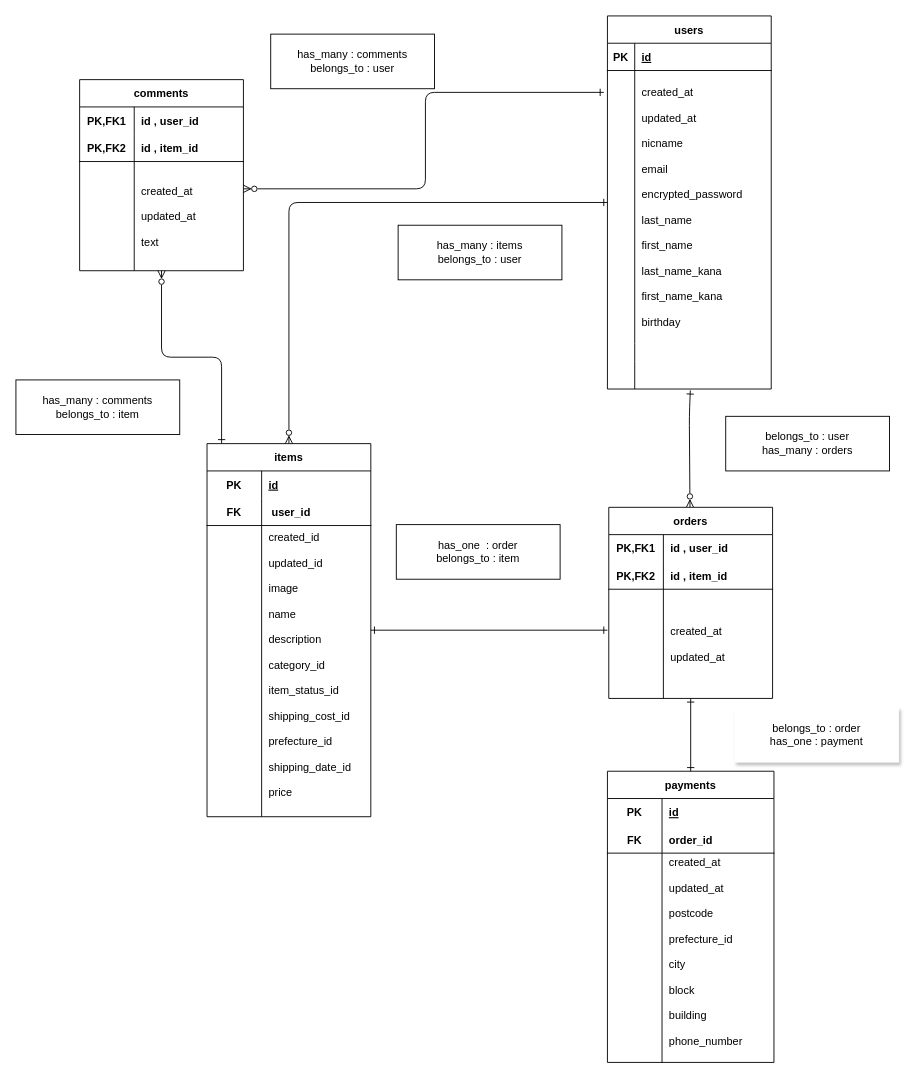
The draw.io diagram test.dio in ookwk4bi/furima-38093, before the edit. Source tidied: cells renumbered, new cells numbered last; positions are measured from the earlier drawing's top-left corner, leaving out a move shared by most shapes. Both pictures are drawn from the tidied source at 91%, with x=0, y=0 at pixel (15, 15).
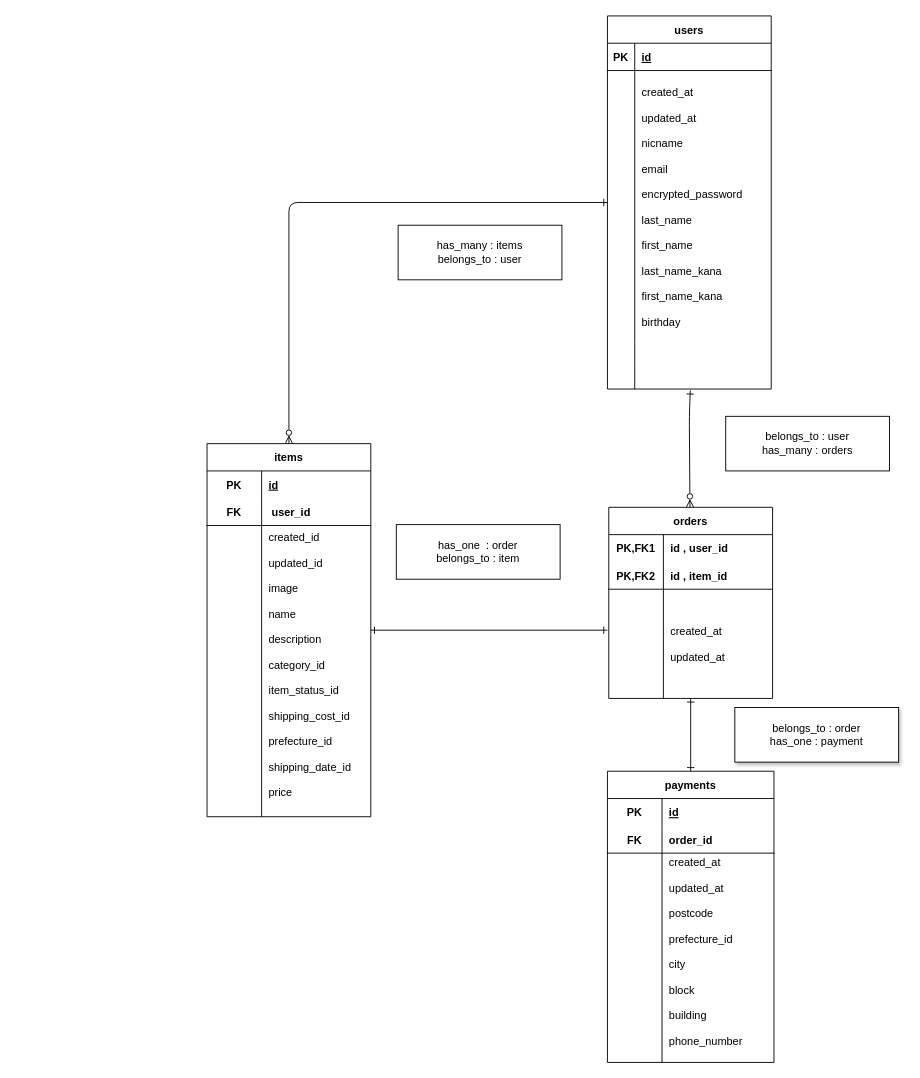
Above is the later version.

Commit message (it also covers changes not shown here):
ER図とデーターベースの修正

The change refers to these unchanged cells:
```xml
<mxCell id="31" style="shape=partialRectangle;fillColor=none;top=0;left=0;bottom=0;right=0;points=[[0,0.5],[1,0.5]];portConstraint=eastwest;" parent="27" vertex="1">
  <mxGeometry y="60" width="180" height="300" as="geometry" />
</mxCell>
<mxCell id="41" value="items" style="shape=table;startSize=30;childLayout=tableLayout;rowLines=0;fontStyle=1;align=center;fontColor=#000000;labelBackgroundColor=default;" parent="1" vertex="1">
  <mxGeometry x="210" y="470" width="180" height="410" as="geometry" />
</mxCell>
```

What changed in the source:
```diff
@@
-<mxGraphModel>
+<mxGraphModel background="#FFFFFF">
@@
-    <mxCell id="4" style="edgeStyle=orthogonalEdgeStyle;html=1;fontColor=#000000;startArrow=ERone;startFill=0;endArrow=ERzeroToMany;endFill=0;strokeColor=default;exitX=0.089;exitY=-0.001;exitDx=0;exitDy=0;exitPerimeter=0;" parent="1" edge="1" source="41" target="56">
-      <mxGeometry relative="1" as="geometry" />
-    </mxCell>
@@
-    <mxCell id="56" value="comments" style="shape=table;startSize=30;childLayout=tableLayout;rowLines=0;fontStyle=1;align=center;fontColor=#000000;labelBackgroundColor=default;" parent="1" vertex="1">
-      <mxGeometry x="70" y="70" width="180" height="210" as="geometry" />
-    </mxCell>
-    <mxCell id="57" style="shape=partialRectangle;fillColor=none;top=0;left=0;bottom=0;right=0;fontColor=#000000;" parent="56" vertex="1">
-      <mxGeometry y="30" width="180" height="30" as="geometry" />
-    </mxCell>
-    <mxCell id="58" value="PK,FK1" style="shape=partialRectangle;fillColor=none;top=0;left=0;bottom=0;right=0;fontStyle=1;overflow=hidden;fontColor=#000000;labelBackgroundColor=default;" parent="57" vertex="1">
-      <mxGeometry width="60" height="30" as="geometry" />
-    </mxCell>
-    <mxCell id="59" value="id , user_id" style="shape=partialRectangle;fillColor=none;top=0;left=0;bottom=0;right=0;align=left;spacingLeft=6;fontStyle=1;overflow=hidden;fontColor=#000000;labelBackgroundColor=default;" parent="57" vertex="1">
-      <mxGeometry x="60" width="120" height="30" as="geometry" />
-    </mxCell>
-    <mxCell id="60" style="shape=partialRectangle;fillColor=none;top=0;left=0;bottom=1;right=0;fontColor=#000000;" parent="56" vertex="1">
-      <mxGeometry y="60" width="180" height="30" as="geometry" />
-    </mxCell>
-    <mxCell id="61" value="PK,FK2" style="shape=partialRectangle;fillColor=none;top=0;left=0;bottom=0;right=0;fontStyle=1;overflow=hidden;fontColor=default;labelBackgroundColor=default;" parent="60" vertex="1">
-      <mxGeometry width="60" height="30" as="geometry" />
-    </mxCell>
-    <mxCell id="62" value="id , item_id" style="shape=partialRectangle;fillColor=none;top=0;left=0;bottom=0;right=0;align=left;spacingLeft=6;fontStyle=1;overflow=hidden;fontColor=#000000;labelBackgroundColor=default;" parent="60" vertex="1">
-      <mxGeometry x="60" width="120" height="30" as="geometry" />
-    </mxCell>
-    <mxCell id="63" style="shape=partialRectangle;fillColor=none;top=0;left=0;bottom=0;right=0;fontColor=#000000;" parent="56" vertex="1">
-      <mxGeometry y="90" width="180" height="120" as="geometry" />
-    </mxCell>
-    <mxCell id="64" style="shape=partialRectangle;fillColor=none;top=0;left=0;bottom=0;right=0;overflow=hidden;fontColor=#000000;labelBackgroundColor=default;" parent="63" vertex="1">
-      <mxGeometry width="60" height="120" as="geometry" />
-    </mxCell>
-    <mxCell id="65" value="created_at&#10;&#10;updated_at&#10;&#10;text" style="shape=partialRectangle;fillColor=none;top=0;left=0;bottom=0;right=0;align=left;spacingLeft=6;overflow=hidden;fontColor=#000000;labelBackgroundColor=default;" parent="63" vertex="1">
-      <mxGeometry x="60" width="120" height="120" as="geometry" />
-    </mxCell>
-    <mxCell id="66" style="edgeStyle=orthogonalEdgeStyle;html=1;entryX=-0.022;entryY=0.08;entryDx=0;entryDy=0;entryPerimeter=0;fontColor=#000000;startArrow=ERzeroToMany;startFill=0;endArrow=ERone;endFill=0;strokeColor=default;" parent="1" edge="1" target="31">
-      <mxGeometry relative="1" as="geometry">
-        <mxPoint x="250" y="190" as="sourcePoint" />
-        <Array as="points">
-          <mxPoint x="450" y="190" />
-          <mxPoint x="450" y="84" />
-        </Array>
-      </mxGeometry>
-    </mxCell>
-    <mxCell id="67" value="has_many : comments&lt;br&gt;belongs_to : user" style="rounded=0;whiteSpace=wrap;html=1;shadow=0;fontColor=#000000;strokeColor=#000000;labelBackgroundColor=default;" parent="1" vertex="1">
-      <mxGeometry x="280" y="20" width="180" height="60" as="geometry" />
-    </mxCell>
-    <mxCell id="68" value="has_many : comments&lt;br&gt;belongs_to : item" style="rounded=0;whiteSpace=wrap;html=1;shadow=0;fontColor=#000000;strokeColor=#000000;labelBackgroundColor=default;" parent="1" vertex="1">
-      <mxGeometry y="400" width="180" height="60" as="geometry" />
-    </mxCell>
-    <mxCell id="69" value="belongs_to : order&lt;br&gt;has_one : payment" style="rounded=0;whiteSpace=wrap;html=1;shadow=1;fontColor=#000000;strokeColor=#FFFFFF;fillColor=#FFFFFF;" parent="1" vertex="1">
+    <mxCell id="69" value="belongs_to : order&lt;br&gt;has_one : payment" style="rounded=0;whiteSpace=wrap;html=1;shadow=1;fillColor=default;labelBackgroundColor=default;" parent="1" vertex="1">
       <mxGeometry x="790" y="760" width="180" height="60" as="geometry" />
     </mxCell>
```
